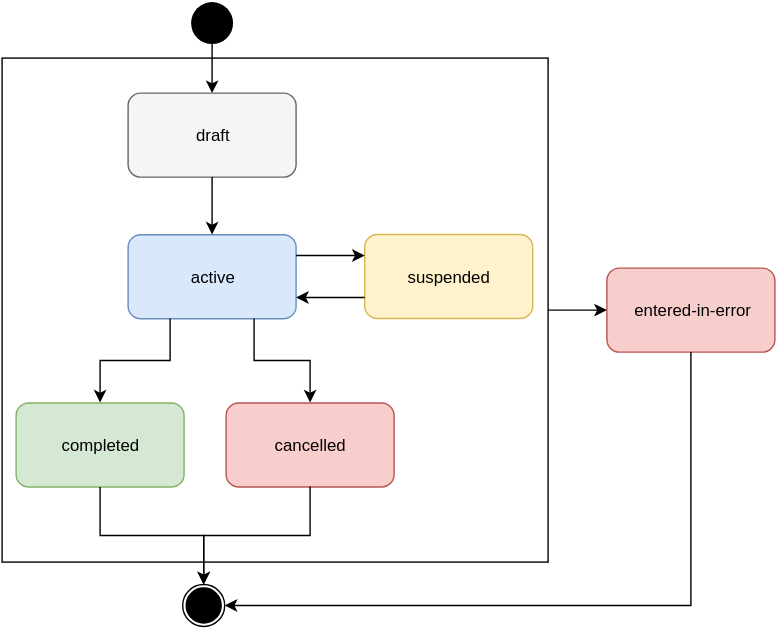
Before: images/request-state-machine.svg, a diagram exported from draw.io (HL7/fhir). Source tidied: cells renumbered, new cells last; positions are measured from the earlier drawing's top-left corner, leaving out a move shared by most shapes.
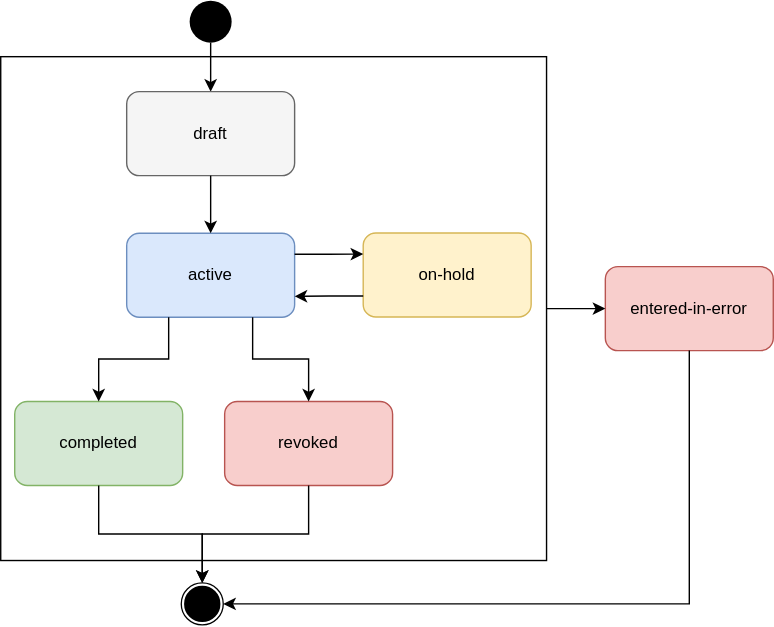
After the change.

Commit message:
FHIR-26677 - Fix Request.status short description and diagram to align w/ value set.  Migrate Draw.io HTML to XML

The edit, as a diff of the source:
```diff
@@ -1,7 +1,7 @@
 <mxGraphModel background="#ffffff">
   <root>
-    <mxCell id="0" />
+    <mxCell id="0" style="html=1;" />
-    <mxCell id="1" parent="0" />
+    <mxCell id="1" style="html=1;" parent="0" />
     <mxCell id="2" style="whiteSpace=wrap;html=1;" parent="1" vertex="1">
       <mxGeometry y="40" width="390" height="360" as="geometry" />
     </mxCell>
@@ -12,7 +12,7 @@
       <mxGeometry x="90" y="166.2" width="120" height="60" as="geometry" />
     </mxCell>
     <mxCell id="5" style="edgeStyle=orthogonalEdgeStyle;rounded=0;html=1;entryX=0.5;entryY=0;jettySize=auto;" parent="1" edge="1" source="3" target="7">
-      <mxGeometry x="230" y="70" as="geometry" />
+      <mxGeometry relative="1" as="geometry" />
     </mxCell>
     <mxCell id="6" value="entered-in-error" style="rounded=1;whiteSpace=wrap;html=1;fillColor=#f8cecc;strokeColor=#b85450;" parent="1" vertex="1">
       <mxGeometry x="432" y="190" width="120" height="60" as="geometry" />
@@ -23,63 +23,63 @@
     <mxCell id="8" value="completed" style="rounded=1;whiteSpace=wrap;html=1;fillColor=#d5e8d4;strokeColor=#82b366;" parent="1" vertex="1">
       <mxGeometry x="10" y="286.4" width="120" height="60" as="geometry" />
     </mxCell>
-    <mxCell id="9" value="cancelled" style="rounded=1;whiteSpace=wrap;html=1;fillColor=#f8cecc;strokeColor=#b85450;" parent="1" vertex="1">
-      <mxGeometry x="160" y="286.4" width="120" height="60" as="geometry" />
-    </mxCell>
-    <mxCell id="10" value="suspended" style="rounded=1;whiteSpace=wrap;html=1;fillColor=#fff2cc;strokeColor=#d6b656;" parent="1" vertex="1">
-      <mxGeometry x="259" y="166" width="120" height="60" as="geometry" />
-    </mxCell>
-    <mxCell id="11" style="edgeStyle=orthogonalEdgeStyle;rounded=0;html=1;entryX=0;entryY=0.25;jettySize=auto;exitX=1;exitY=0.25;" parent="1" edge="1" source="4" target="10">
-      <mxGeometry x="290" y="221" as="geometry" />
-    </mxCell>
-    <mxCell id="12" style="edgeStyle=orthogonalEdgeStyle;rounded=0;html=1;entryX=1;entryY=0.75;jettySize=auto;exitX=0;exitY=0.75;" parent="1" edge="1" source="10" target="4">
-      <mxGeometry x="290" y="251" as="geometry" />
-    </mxCell>
+    <mxCell id="21" value="revoked" style="rounded=1;whiteSpace=wrap;html=1;fillColor=#f8cecc;strokeColor=#b85450;" parent="1" vertex="1">
+      <mxGeometry x="160" y="286.4" width="120" height="60" as="geometry" />
+    </mxCell>
+    <mxCell id="22" value="on-hold" style="rounded=1;whiteSpace=wrap;html=1;fillColor=#fff2cc;strokeColor=#d6b656;" parent="1" vertex="1">
+      <mxGeometry x="259" y="166" width="120" height="60" as="geometry" />
+    </mxCell>
+    <mxCell id="23" style="edgeStyle=orthogonalEdgeStyle;rounded=0;html=1;entryX=0;entryY=0.25;jettySize=auto;exitX=1;exitY=0.25;" parent="1" edge="1" source="4" target="22">
+      <mxGeometry relative="1" as="geometry" />
+    </mxCell>
+    <mxCell id="24" style="edgeStyle=orthogonalEdgeStyle;rounded=0;html=1;entryX=1;entryY=0.75;jettySize=auto;exitX=0;exitY=0.75;" parent="1" edge="1" source="22" target="4">
+      <mxGeometry relative="1" as="geometry" />
+    </mxCell>
     <mxCell id="13" style="edgeStyle=orthogonalEdgeStyle;rounded=0;html=1;entryX=0.5;entryY=0;jettySize=auto;exitX=0.25;exitY=1;" parent="1" edge="1" source="4" target="8">
-      <mxGeometry x="150" y="266" as="geometry">
+      <mxGeometry relative="1" as="geometry">
         <Array as="points">
           <mxPoint x="120" y="256" />
           <mxPoint x="70" y="256" />
         </Array>
       </mxGeometry>
     </mxCell>
-    <mxCell id="14" style="edgeStyle=orthogonalEdgeStyle;rounded=0;html=1;entryX=0.5;entryY=0;jettySize=auto;exitX=0.75;exitY=1;" parent="1" edge="1" source="4" target="9">
-      <mxGeometry x="260" y="266" as="geometry">
-        <Array as="points">
-          <mxPoint x="180" y="256" />
-          <mxPoint x="220" y="256" />
-        </Array>
-      </mxGeometry>
-    </mxCell>
+    <mxCell id="25" style="edgeStyle=orthogonalEdgeStyle;rounded=0;html=1;entryX=0.5;entryY=0;jettySize=auto;exitX=0.75;exitY=1;" parent="1" edge="1" source="4" target="21">
+      <mxGeometry relative="1" as="geometry">
+        <Array as="points">
+          <mxPoint x="180" y="256" />
+          <mxPoint x="220" y="256" />
+        </Array>
+      </mxGeometry>
+    </mxCell>
     <mxCell id="15" style="edgeStyle=orthogonalEdgeStyle;rounded=0;html=1;entryX=0;entryY=0.5;jettySize=auto;" parent="1" edge="1" source="2" target="6">
-      <mxGeometry x="470" y="260" as="geometry" />
+      <mxGeometry relative="1" as="geometry" />
     </mxCell>
     <mxCell id="16" style="shape=mxgraph.bpmn.terminate;fillColor=white;strokeColor=black;strokeWidth=2;perimeter=ellipsePerimeter;html=1;" parent="1" vertex="1">
       <mxGeometry x="129" y="416" width="30" height="30" as="geometry" />
     </mxCell>
     <mxCell id="17" style="edgeStyle=orthogonalEdgeStyle;rounded=0;html=1;jettySize=auto;exitX=0.5;exitY=1;entryX=1;entryY=0.5;entryPerimeter=0;" parent="1" edge="1" source="6" target="16">
-      <mxGeometry x="239" y="290" as="geometry">
+      <mxGeometry relative="1" as="geometry">
         <Array as="points">
           <mxPoint x="492" y="431" />
         </Array>
       </mxGeometry>
     </mxCell>
     <mxCell id="18" style="edgeStyle=orthogonalEdgeStyle;rounded=0;html=1;entryX=0.5;entryY=0;entryPerimeter=0;jettySize=auto;" parent="1" edge="1" source="8" target="16">
-      <mxGeometry x="150" y="386.4" as="geometry">
+      <mxGeometry relative="1" as="geometry">
         <Array as="points">
           <mxPoint x="70" y="381" />
           <mxPoint x="144" y="381" />
         </Array>
       </mxGeometry>
     </mxCell>
-    <mxCell id="19" style="edgeStyle=orthogonalEdgeStyle;rounded=0;html=1;entryX=0.5;entryY=0;entryPerimeter=0;jettySize=auto;exitX=0.5;exitY=1;" parent="1" edge="1" source="9" target="16">
-      <mxGeometry x="224" y="386" as="geometry">
-        <Array as="points">
-          <mxPoint x="220" y="381" />
-          <mxPoint x="144" y="381" />
-        </Array>
-      </mxGeometry>
-    </mxCell>
+    <mxCell id="26" style="edgeStyle=orthogonalEdgeStyle;rounded=0;html=1;entryX=0.5;entryY=0;entryPerimeter=0;jettySize=auto;exitX=0.5;exitY=1;" parent="1" edge="1" source="21" target="16">
+      <mxGeometry relative="1" as="geometry">
+        <Array as="points">
+          <mxPoint x="220" y="381" />
+          <mxPoint x="144" y="381" />
+        </Array>
+      </mxGeometry>
+    </mxCell>
     <mxCell id="20" style="edgeStyle=orthogonalEdgeStyle;rounded=0;html=1;entryX=0.5;entryY=0;jettySize=auto;exitX=0.5;exitY=1;" parent="1" edge="1" source="7" target="4">
       <mxGeometry x="185" y="160" as="geometry">
         <Array as="points">
```
